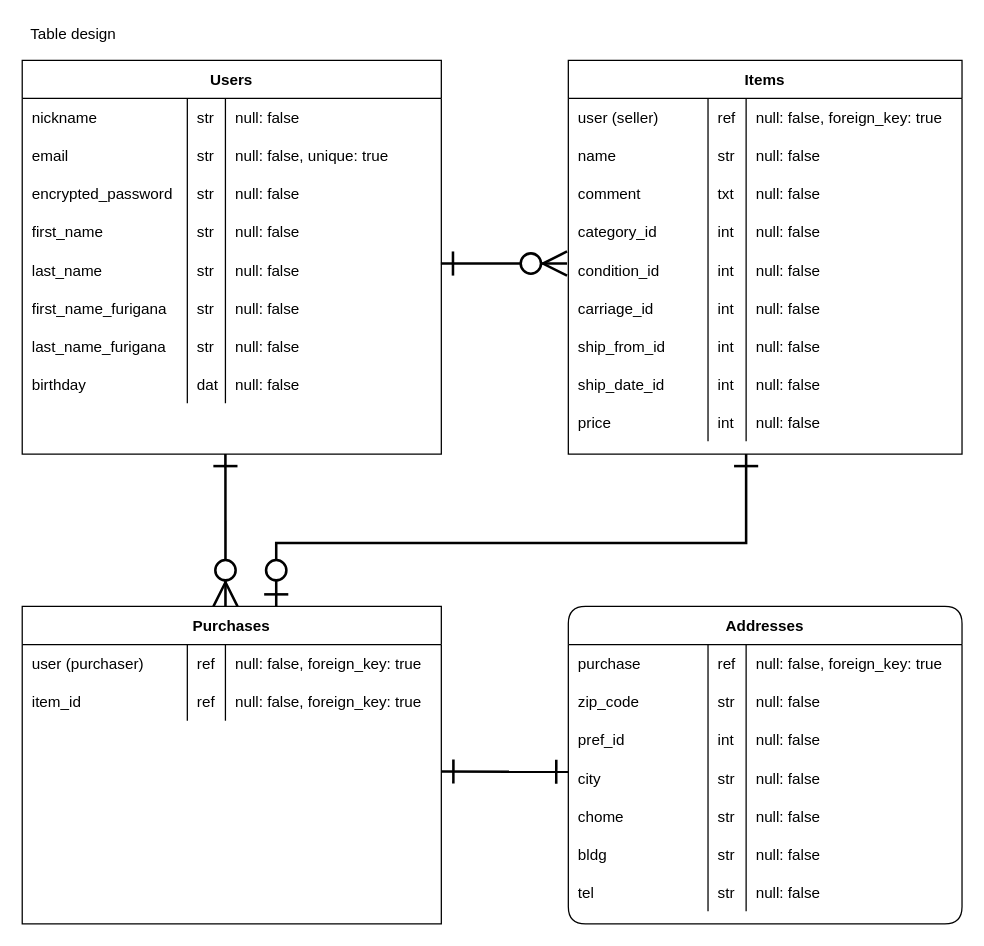
Above: ERmap.dio in s-inoway/furima-28637 (draw.io), before the change. Source tidied: cells renumbered, new cells numbered last; positions are measured from the earlier drawing's top-left corner, leaving out a move shared by most shapes. Both pictures are drawn from the tidied source at 127%, with x=0, y=0 at pixel (22, 22).
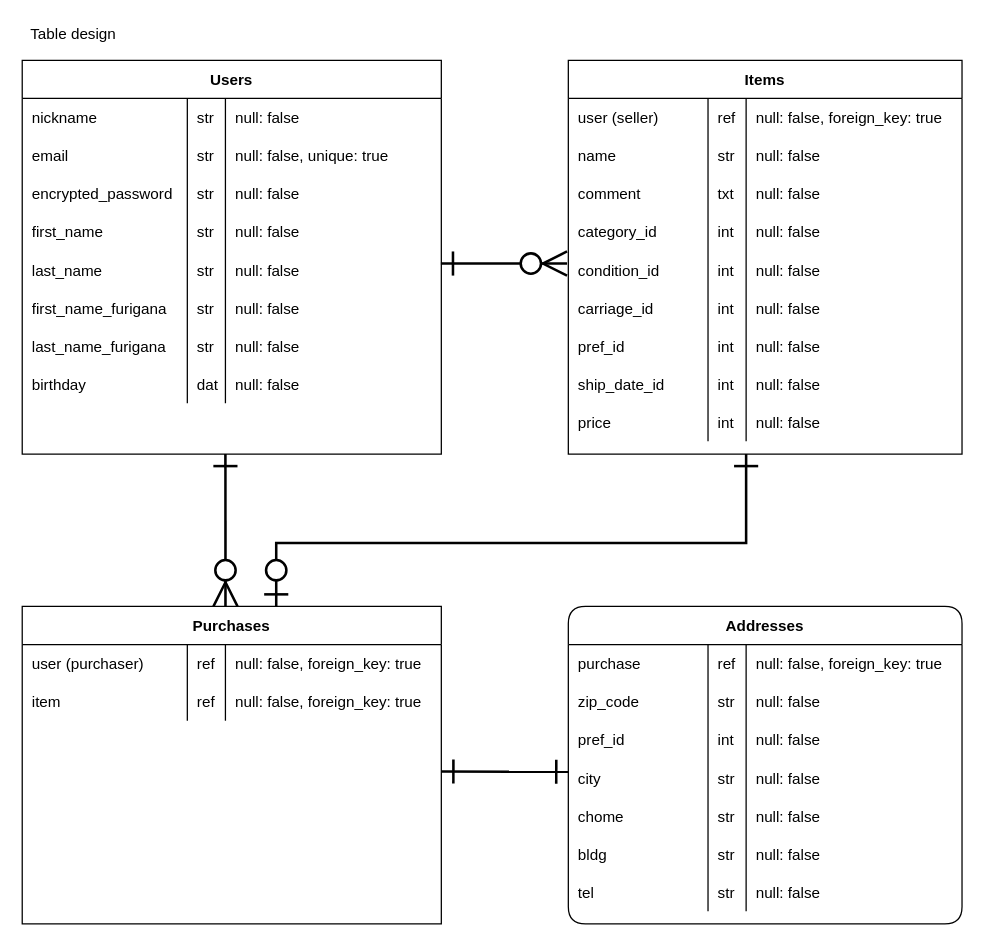
Above is the later version.

Commit message (it also covers changes not shown here):
県名を使ったカラム名の統一と、アソシエーション名の細部修正

The change refers to these unchanged cells:
```xml
<mxCell id="62" style="shape=partialRectangle;fillColor=none;top=0;left=0;bottom=0;right=0;" parent="37" vertex="1">
  <mxGeometry y="210" width="310" height="30" as="geometry" />
</mxCell>
<mxCell id="80" style="shape=partialRectangle;fillColor=none;top=0;left=0;bottom=0;right=0;" parent="75" vertex="1">
  <mxGeometry y="60" width="330" height="30" as="geometry" />
</mxCell>
```

Diff of the diagram source:
```diff
@@
-    <mxCell id="63" value="ship_from_id" style="shape=partialRectangle;fillColor=none;top=0;left=0;bottom=0;right=0;align=left;spacingLeft=6;overflow=hidden;" parent="62" vertex="1">
+    <mxCell id="63" value="pref_id" style="shape=partialRectangle;fillColor=none;top=0;left=0;bottom=0;right=0;align=left;spacingLeft=6;overflow=hidden;" parent="62" vertex="1">
       <mxGeometry width="110" height="30" as="geometry" />
     </mxCell>
@@
-    <mxCell id="81" value="item_id" style="shape=partialRectangle;fillColor=none;top=0;left=0;bottom=0;right=0;align=left;spacingLeft=6;overflow=hidden;" parent="80" vertex="1">
+    <mxCell id="81" value="item" style="shape=partialRectangle;fillColor=none;top=0;left=0;bottom=0;right=0;align=left;spacingLeft=6;overflow=hidden;" parent="80" vertex="1">
       <mxGeometry width="130" height="30" as="geometry" />
     </mxCell>
```
